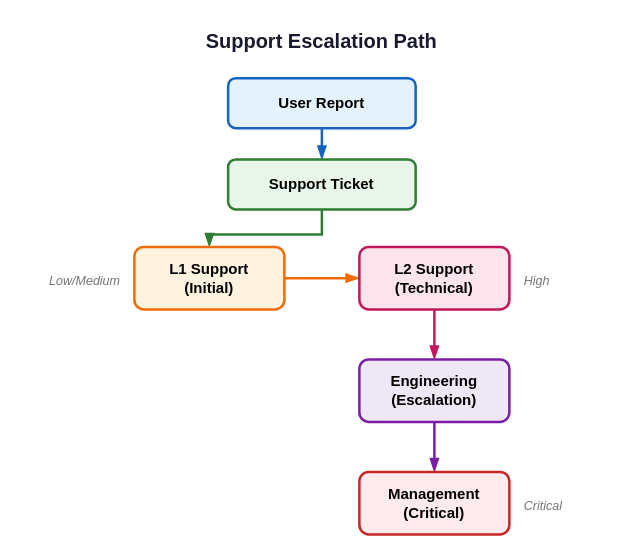
This is docs/diagrams/escalation-path.drawio from aamir939/Documentation, a draw.io file, before an edit. Source tidied: cells renumbered, new cells numbered last; positions are measured from the earlier drawing's top-left corner, leaving out a move shared by most shapes. Both pictures are drawn from the tidied source at 125%, with x=0, y=0 at pixel (21, 21).
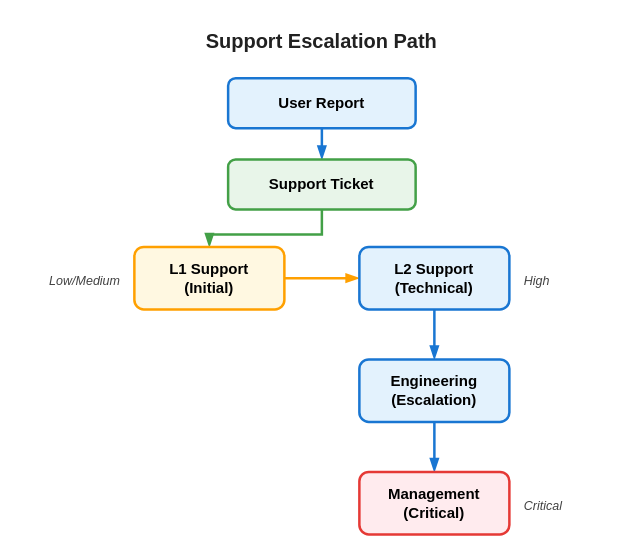
After the change.

Change to the diagram source:
```diff
@@
 <mxGraphModel>
   <root>
     <mxCell id="0" />
     <mxCell id="1" parent="0" />
-    <mxCell id="2" value="Support Escalation Path" style="text;html=1;strokeColor=none;fillColor=none;align=center;verticalAlign=middle;whiteSpace=wrap;rounded=0;fontSize=16;fontStyle=1;fontColor=#1a1a2e;" parent="1" vertex="1">
+    <mxCell id="2" value="Support Escalation Path" style="text;html=1;strokeColor=none;fillColor=none;align=center;verticalAlign=middle;whiteSpace=wrap;rounded=0;fontSize=16;fontStyle=1;fontColor=#212121;" parent="1" vertex="1">
       <mxGeometry x="115" width="250" height="30" as="geometry" />
     </mxCell>
-    <mxCell id="3" value="User Report" style="rounded=1;whiteSpace=wrap;html=1;fillColor=#e3f2fd;strokeColor=#1565c0;strokeWidth=2;fontStyle=1;fontSize=12;" parent="1" vertex="1">
+    <mxCell id="3" value="User Report" style="rounded=1;whiteSpace=wrap;html=1;fillColor=#e3f2fd;strokeColor=#1976d2;strokeWidth=2;fontStyle=1;fontSize=12;" parent="1" vertex="1">
       <mxGeometry x="165" y="45" width="150" height="40" as="geometry" />
     </mxCell>
-    <mxCell id="4" style="edgeStyle=orthogonalEdgeStyle;rounded=0;jettySize=auto;html=1;strokeWidth=2;strokeColor=#1565c0;endArrow=blockThin;endFill=1;" parent="1" edge="1" source="3" target="5">
+    <mxCell id="4" style="edgeStyle=orthogonalEdgeStyle;rounded=0;jettySize=auto;html=1;strokeWidth=2;strokeColor=#1976d2;endArrow=blockThin;endFill=1;" parent="1" edge="1" source="3" target="5">
       <mxGeometry relative="1" as="geometry" />
     </mxCell>
-    <mxCell id="5" value="Support Ticket" style="rounded=1;whiteSpace=wrap;html=1;fillColor=#e8f5e9;strokeColor=#2e7d32;strokeWidth=2;fontStyle=1;fontSize=12;" parent="1" vertex="1">
+    <mxCell id="5" value="Support Ticket" style="rounded=1;whiteSpace=wrap;html=1;fillColor=#e8f5e9;strokeColor=#43a047;strokeWidth=2;fontStyle=1;fontSize=12;" parent="1" vertex="1">
       <mxGeometry x="165" y="110" width="150" height="40" as="geometry" />
     </mxCell>
-    <mxCell id="6" style="edgeStyle=orthogonalEdgeStyle;rounded=0;jettySize=auto;html=1;strokeWidth=2;strokeColor=#2e7d32;endArrow=blockThin;endFill=1;" parent="1" edge="1" source="5" target="7">
+    <mxCell id="6" style="edgeStyle=orthogonalEdgeStyle;rounded=0;jettySize=auto;html=1;strokeWidth=2;strokeColor=#43a047;endArrow=blockThin;endFill=1;" parent="1" edge="1" source="5" target="7">
       <mxGeometry relative="1" as="geometry" />
     </mxCell>
-    <mxCell id="7" value="L1 Support&#10;(Initial)" style="rounded=1;whiteSpace=wrap;html=1;fillColor=#fff3e0;strokeColor=#ef6c00;strokeWidth=2;fontStyle=1;fontSize=12;" parent="1" vertex="1">
+    <mxCell id="7" value="L1 Support&#10;(Initial)" style="rounded=1;whiteSpace=wrap;html=1;fillColor=#fff8e1;strokeColor=#ffa000;strokeWidth=2;fontStyle=1;fontSize=12;" parent="1" vertex="1">
       <mxGeometry x="90" y="180" width="120" height="50" as="geometry" />
     </mxCell>
-    <mxCell id="8" style="edgeStyle=orthogonalEdgeStyle;rounded=0;jettySize=auto;html=1;strokeWidth=2;strokeColor=#ef6c00;endArrow=blockThin;endFill=1;" parent="1" edge="1" source="7" target="9">
+    <mxCell id="8" style="edgeStyle=orthogonalEdgeStyle;rounded=0;jettySize=auto;html=1;strokeWidth=2;strokeColor=#ffa000;endArrow=blockThin;endFill=1;" parent="1" edge="1" source="7" target="9">
       <mxGeometry relative="1" as="geometry" />
     </mxCell>
-    <mxCell id="9" value="L2 Support&#10;(Technical)" style="rounded=1;whiteSpace=wrap;html=1;fillColor=#fce4ec;strokeColor=#c2185b;strokeWidth=2;fontStyle=1;fontSize=12;" parent="1" vertex="1">
+    <mxCell id="9" value="L2 Support&#10;(Technical)" style="rounded=1;whiteSpace=wrap;html=1;fillColor=#e3f2fd;strokeColor=#1976d2;strokeWidth=2;fontStyle=1;fontSize=12;" parent="1" vertex="1">
       <mxGeometry x="270" y="180" width="120" height="50" as="geometry" />
     </mxCell>
-    <mxCell id="10" style="edgeStyle=orthogonalEdgeStyle;rounded=0;jettySize=auto;html=1;strokeWidth=2;strokeColor=#c2185b;endArrow=blockThin;endFill=1;" parent="1" edge="1" source="9" target="11">
+    <mxCell id="10" style="edgeStyle=orthogonalEdgeStyle;rounded=0;jettySize=auto;html=1;strokeWidth=2;strokeColor=#1976d2;endArrow=blockThin;endFill=1;" parent="1" edge="1" source="9" target="11">
       <mxGeometry relative="1" as="geometry" />
     </mxCell>
-    <mxCell id="11" value="Engineering&#10;(Escalation)" style="rounded=1;whiteSpace=wrap;html=1;fillColor=#ede7f6;strokeColor=#7b1fa2;strokeWidth=2;fontStyle=1;fontSize=12;" parent="1" vertex="1">
+    <mxCell id="11" value="Engineering&#10;(Escalation)" style="rounded=1;whiteSpace=wrap;html=1;fillColor=#e3f2fd;strokeColor=#1976d2;strokeWidth=2;fontStyle=1;fontSize=12;" parent="1" vertex="1">
       <mxGeometry x="270" y="270" width="120" height="50" as="geometry" />
     </mxCell>
-    <mxCell id="12" style="edgeStyle=orthogonalEdgeStyle;rounded=0;jettySize=auto;html=1;strokeWidth=2;strokeColor=#7b1fa2;endArrow=blockThin;endFill=1;" parent="1" edge="1" source="11" target="13">
+    <mxCell id="12" style="edgeStyle=orthogonalEdgeStyle;rounded=0;jettySize=auto;html=1;strokeWidth=2;strokeColor=#1976d2;endArrow=blockThin;endFill=1;" parent="1" edge="1" source="11" target="13">
       <mxGeometry relative="1" as="geometry" />
     </mxCell>
-    <mxCell id="13" value="Management&#10;(Critical)" style="rounded=1;whiteSpace=wrap;html=1;fillColor=#ffebee;strokeColor=#c62828;strokeWidth=2;fontStyle=1;fontSize=12;" parent="1" vertex="1">
+    <mxCell id="13" value="Management&#10;(Critical)" style="rounded=1;whiteSpace=wrap;html=1;fillColor=#ffebee;strokeColor=#e53935;strokeWidth=2;fontStyle=1;fontSize=12;" parent="1" vertex="1">
       <mxGeometry x="270" y="360" width="120" height="50" as="geometry" />
     </mxCell>
-    <mxCell id="14" value="Low/Medium" style="text;html=1;strokeColor=none;fillColor=none;align=right;fontSize=10;fontColor=#757575;fontStyle=2;" parent="1" vertex="1">
+    <mxCell id="14" value="Low/Medium" style="text;html=1;strokeColor=none;fillColor=none;align=right;fontSize=10;fontColor=#424242;fontStyle=2;" parent="1" vertex="1">
       <mxGeometry y="195" width="80" height="20" as="geometry" />
     </mxCell>
-    <mxCell id="15" value="High" style="text;html=1;strokeColor=none;fillColor=none;align=left;fontSize=10;fontColor=#757575;fontStyle=2;" parent="1" vertex="1">
+    <mxCell id="15" value="High" style="text;html=1;strokeColor=none;fillColor=none;align=left;fontSize=10;fontColor=#424242;fontStyle=2;" parent="1" vertex="1">
       <mxGeometry x="400" y="195" width="60" height="20" as="geometry" />
     </mxCell>
-    <mxCell id="16" value="Critical" style="text;html=1;strokeColor=none;fillColor=none;align=left;fontSize=10;fontColor=#757575;fontStyle=2;" parent="1" vertex="1">
+    <mxCell id="16" value="Critical" style="text;html=1;strokeColor=none;fillColor=none;align=left;fontSize=10;fontColor=#424242;fontStyle=2;" parent="1" vertex="1">
       <mxGeometry x="400" y="375" width="60" height="20" as="geometry" />
     </mxCell>
   </root>
 </mxGraphModel>
```
